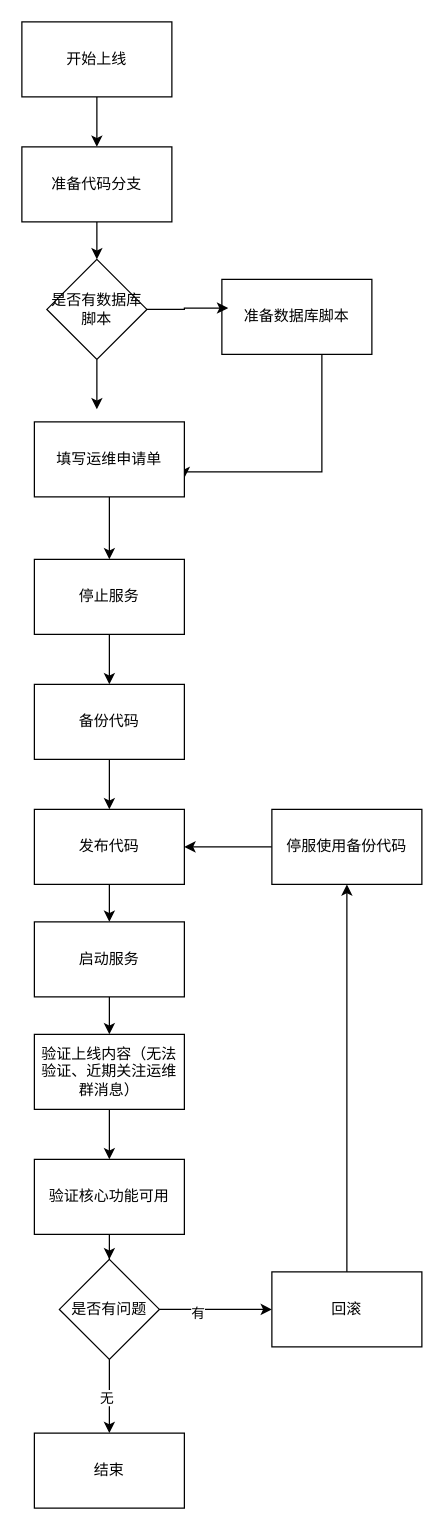
Before: 未命名绘图.drawio in zhangfengman/autoJs, a draw.io diagram. Source tidied: cells renumbered, new cells numbered last; positions are measured from the earlier drawing's top-left corner, leaving out a move shared by most shapes. Both pictures are drawn from the tidied source at 125%, with x=0, y=0 at pixel (21, 21).
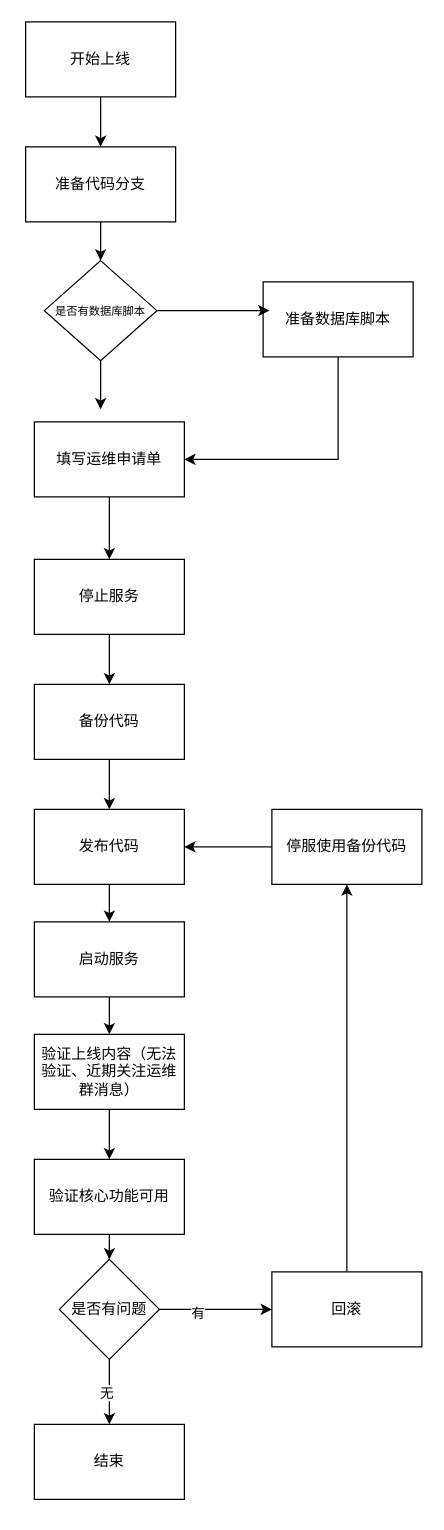
The same diagram, later.

Commit message:
更新未命名绘图.drawio

Unchanged cells that the change refers to:
```xml
<mxCell id="11" value="填写运维申请单" style="rounded=0;whiteSpace=wrap;html=1;" parent="1" vertex="1">
  <mxGeometry x="10" y="320" width="120" height="60" as="geometry" />
</mxCell>
```

Diff of the diagram source:
```diff
@@
     <mxCell id="3" value="开始上线" style="rounded=0;whiteSpace=wrap;html=1;" parent="1" vertex="1">
-      <mxGeometry width="120" height="60" as="geometry" />
+      <mxGeometry x="3" width="120" height="60" as="geometry" />
     </mxCell>
@@
     <mxCell id="5" value="准备代码分支" style="rounded=0;whiteSpace=wrap;html=1;" parent="1" vertex="1">
-      <mxGeometry y="100" width="120" height="60" as="geometry" />
+      <mxGeometry x="3" y="100" width="120" height="60" as="geometry" />
     </mxCell>
-    <mxCell id="6" style="edgeStyle=orthogonalEdgeStyle;rounded=0;jettySize=auto;html=1;entryX=1;entryY=0.75;entryDx=0;entryDy=0;" parent="1" edge="1" source="7" target="11">
+    <mxCell id="6" style="edgeStyle=orthogonalEdgeStyle;rounded=0;jettySize=auto;html=1;entryX=1;entryY=0.5;entryDx=0;entryDy=0;" parent="1" edge="1" source="7" target="11">
       <mxGeometry relative="1" as="geometry">
         <Array as="points">
-          <mxPoint x="240" y="360" />
-          <mxPoint x="130" y="360" />
+          <mxPoint x="253" y="350" />
         </Array>
       </mxGeometry>
     </mxCell>
     <mxCell id="7" value="准备数据库脚本" style="rounded=0;whiteSpace=wrap;html=1;" parent="1" vertex="1">
-      <mxGeometry x="160" y="206" width="120" height="60" as="geometry" />
+      <mxGeometry x="193" y="208" width="120" height="60" as="geometry" />
     </mxCell>
     <mxCell id="8" style="edgeStyle=orthogonalEdgeStyle;rounded=0;jettySize=auto;html=1;" parent="1" edge="1" source="9">
       <mxGeometry relative="1" as="geometry">
-        <mxPoint x="60" y="310" as="targetPoint" />
+        <mxPoint x="63" y="310" as="targetPoint" />
       </mxGeometry>
     </mxCell>
-    <mxCell id="9" value="是否有数据库脚本" style="rhombus;whiteSpace=wrap;html=1;" parent="1" vertex="1">
-      <mxGeometry x="20" y="190" width="80" height="80" as="geometry" />
+    <mxCell id="9" value="&lt;font style=&quot;font-size: 9px;&quot;&gt;是否有数据库脚本&lt;/font&gt;" style="rhombus;whiteSpace=wrap;html=1;" parent="1" vertex="1">
+      <mxGeometry x="18" y="191" width="90" height="80" as="geometry" />
     </mxCell>
@@
     <mxCell id="29" value="结束" style="rounded=0;whiteSpace=wrap;html=1;" parent="1" vertex="1">
-      <mxGeometry x="10" y="1129" width="120" height="60" as="geometry" />
+      <mxGeometry x="10" y="1122" width="120" height="60" as="geometry" />
     </mxCell>
```
